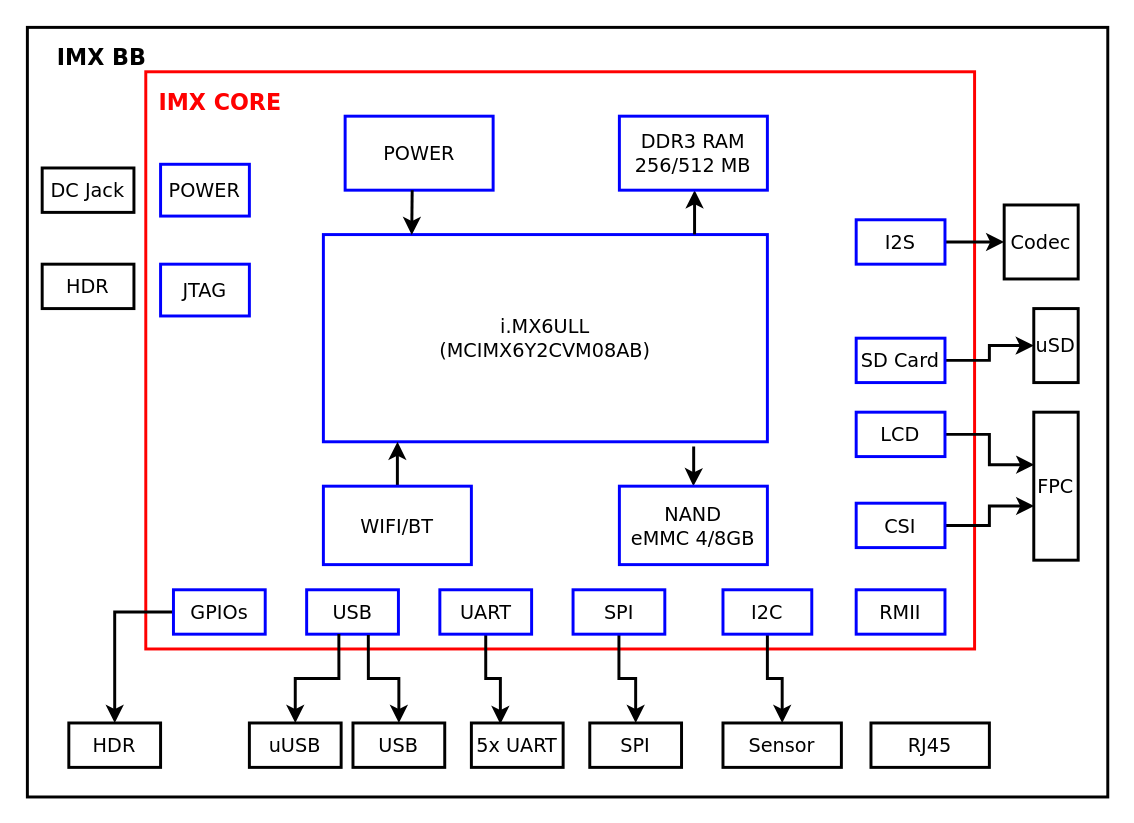
Above: IMX6ULL.drawio in anhvanthe/01_my_drawio (draw.io), before the change. Source tidied: cells renumbered, new cells numbered last; positions are measured from the earlier drawing's top-left corner, leaving out a move shared by most shapes. Both pictures are drawn from the tidied source at 148%, with x=0, y=0 at pixel (27, 27).
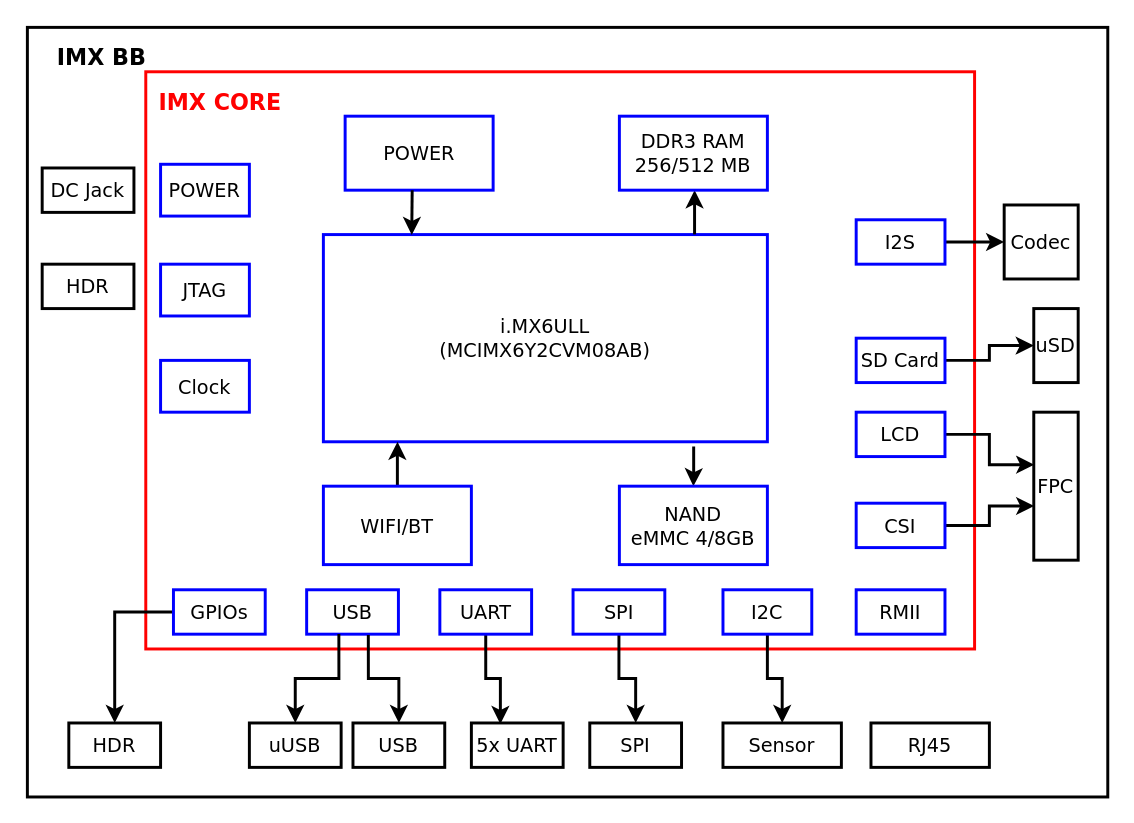
After the change.

What changed in the source:
```diff
@@
+    <mxCell id="49" value="Clock" style="rounded=0;whiteSpace=wrap;html=1;strokeColor=#0000FF;strokeWidth=2;fillColor=none;gradientColor=none;fontFamily=Verdana;fontSize=13;direction=north;" parent="1" vertex="1">
+      <mxGeometry x="90" y="225" width="60" height="35" as="geometry" />
+    </mxCell>
```
